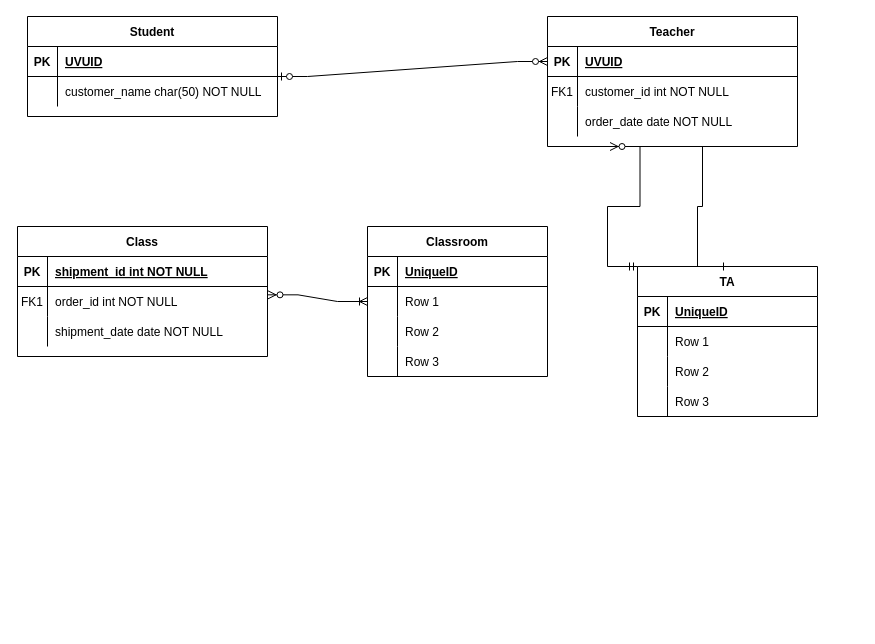
Above: Untitled Diagram.drawio in redbrev336/redbrev336 (draw.io), before the change. Source tidied: cells renumbered, new cells numbered last; positions are measured from the earlier drawing's top-left corner, leaving out a move shared by most shapes. Both pictures are drawn from the tidied source at 100%, with x=0, y=0 at pixel (17, 16).
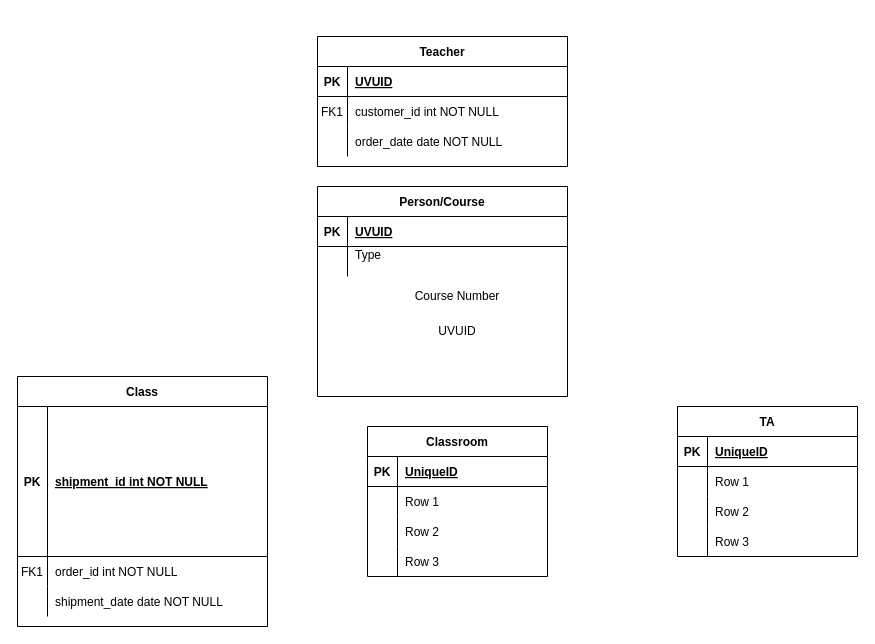
After the change.

Unchanged cells that the change refers to:
```xml
<mxCell id="3" style="shape=partialRectangle;fillColor=none;points=[[0,0.5],[1,0.5]];portConstraint=eastwest;top=0;left=0;right=0;bottom=1;" parent="2" vertex="1">
  <mxGeometry y="30" width="250" height="30" as="geometry" />
</mxCell>
<mxCell id="26" style="shape=partialRectangle;fillColor=none;top=0;left=0;right=0;bottom=0;" parent="22" vertex="1">
  <mxGeometry y="60" width="250" height="30" as="geometry" />
</mxCell>
<mxCell id="46" style="shape=tableRow;horizontal=0;startSize=0;swimlaneHead=0;swimlaneBody=0;fillColor=none;points=[[0,0.5],[1,0.5]];portConstraint=eastwest;top=0;left=0;right=0;bottom=0;" parent="42" vertex="1">
  <mxGeometry y="60" width="180" height="30" as="geometry" />
</mxCell>
```

Diff of the diagram source:
```diff
@@
     <mxCell id="2" value="Teacher" style="shape=table;startSize=30;childLayout=tableLayout;rowLines=0;fontStyle=1;align=center;" parent="1" vertex="1">
-      <mxGeometry x="530" width="250" height="130" as="geometry" />
+      <mxGeometry x="300" y="20" width="250" height="130" as="geometry" />
     </mxCell>
@@
     <mxCell id="12" value="Class" style="shape=table;startSize=30;childLayout=tableLayout;rowLines=0;fontStyle=1;align=center;" parent="1" vertex="1">
-      <mxGeometry y="210" width="250" height="130" as="geometry" />
+      <mxGeometry y="360" width="250" height="250" as="geometry" />
     </mxCell>
     <mxCell id="13" style="shape=partialRectangle;fillColor=none;top=0;left=0;right=0;bottom=1;" parent="12" vertex="1">
-      <mxGeometry y="30" width="250" height="30" as="geometry" />
+      <mxGeometry y="30" width="250" height="150" as="geometry" />
     </mxCell>
     <mxCell id="14" value="PK" style="shape=partialRectangle;overflow=hidden;fillColor=none;top=0;left=0;bottom=0;right=0;fontStyle=1;" parent="13" vertex="1">
-      <mxGeometry width="30" height="30" as="geometry" />
+      <mxGeometry width="30" height="150" as="geometry" />
     </mxCell>
     <mxCell id="15" value="shipment_id int NOT NULL " style="shape=partialRectangle;overflow=hidden;fillColor=none;top=0;left=0;bottom=0;right=0;align=left;spacingLeft=6;fontStyle=5;" parent="13" vertex="1">
-      <mxGeometry x="30" width="220" height="30" as="geometry" />
+      <mxGeometry x="30" width="220" height="150" as="geometry" />
     </mxCell>
     <mxCell id="16" style="shape=partialRectangle;fillColor=none;points=[[0,0.5],[1,0.5]];portConstraint=eastwest;top=0;left=0;right=0;bottom=0;" parent="12" vertex="1">
-      <mxGeometry y="60" width="250" height="30" as="geometry" />
+      <mxGeometry y="180" width="250" height="30" as="geometry" />
     </mxCell>
@@
     <mxCell id="19" style="shape=partialRectangle;fillColor=none;top=0;left=0;right=0;bottom=0;" parent="12" vertex="1">
-      <mxGeometry y="90" width="250" height="30" as="geometry" />
+      <mxGeometry y="210" width="250" height="30" as="geometry" />
     </mxCell>
@@
-    <mxCell id="22" value="Student" style="shape=table;startSize=30;childLayout=tableLayout;rowLines=0;fontStyle=1;align=center;" parent="1" vertex="1">
-      <mxGeometry x="10" width="250" height="100" as="geometry" />
+    <mxCell id="22" value="Person/Course" style="shape=table;startSize=30;childLayout=tableLayout;rowLines=0;fontStyle=1;align=center;" parent="1" vertex="1">
+      <mxGeometry x="300" y="170" width="250" height="210" as="geometry" />
     </mxCell>
@@
-    <mxCell id="28" value="customer_name char(50) NOT NULL" style="shape=partialRectangle;overflow=hidden;fillColor=none;top=0;left=0;bottom=0;right=0;align=left;spacingLeft=6;" parent="26" vertex="1">
+    <mxCell id="28" value="Type&#10;" style="shape=partialRectangle;overflow=hidden;fillColor=none;top=0;left=0;bottom=0;right=0;align=left;spacingLeft=6;" parent="26" vertex="1">
       <mxGeometry x="30" width="220" height="30" as="geometry" />
     </mxCell>
     <mxCell id="29" value="TA" style="shape=table;startSize=30;childLayout=tableLayout;rowLines=0;fontStyle=1;align=center;" parent="1" vertex="1">
-      <mxGeometry x="620" y="250" width="180" height="150" as="geometry" />
+      <mxGeometry x="660" y="390" width="180" height="150" as="geometry" />
     </mxCell>
@@
     <mxCell id="42" value="Classroom" style="shape=table;startSize=30;childLayout=tableLayout;rowLines=0;fontStyle=1;align=center;" parent="1" vertex="1">
-      <mxGeometry x="350" y="210" width="180" height="150" as="geometry" />
+      <mxGeometry x="350" y="410" width="180" height="150" as="geometry" />
     </mxCell>
@@
-    <mxCell id="55" style="edgeStyle=entityRelationEdgeStyle;fontSize=12;html=1;endArrow=ERzeroToMany;startArrow=ERzeroToOne;rounded=0;entryX=0;entryY=0.5;entryDx=0;entryDy=0;" parent="1" edge="1" target="3">
-      <mxGeometry relative="1" as="geometry">
-        <mxPoint x="260" y="60" as="sourcePoint" />
-      </mxGeometry>
-    </mxCell>
-    <mxCell id="56" style="edgeStyle=entityRelationEdgeStyle;fontSize=12;html=1;endArrow=ERone;endFill=1;rounded=0;exitX=0.5;exitY=1;exitDx=0;exitDy=0;entryX=0.5;entryY=0;entryDx=0;entryDy=0;" parent="1" edge="1" source="2" target="29">
-      <mxGeometry relative="1" as="geometry" />
-    </mxCell>
-    <mxCell id="57" style="edgeStyle=entityRelationEdgeStyle;fontSize=12;html=1;endArrow=ERzeroToMany;startArrow=ERmandOne;rounded=0;entryX=0.25;entryY=1;entryDx=0;entryDy=0;exitX=0;exitY=0;exitDx=0;exitDy=0;" parent="1" edge="1" source="29" target="2">
-      <mxGeometry relative="1" as="geometry" />
-    </mxCell>
-    <mxCell id="58" style="edgeStyle=entityRelationEdgeStyle;fontSize=12;html=1;endArrow=ERoneToMany;startArrow=ERzeroToMany;rounded=0;exitX=1.002;exitY=0.278;exitDx=0;exitDy=0;exitPerimeter=0;entryX=0;entryY=0.5;entryDx=0;entryDy=0;" parent="1" edge="1" source="16" target="46">
-      <mxGeometry relative="1" as="geometry" />
-    </mxCell>
+    <mxCell id="59" value="Course Number" style="text;html=1;strokeColor=none;fillColor=none;align=center;verticalAlign=middle;whiteSpace=wrap;rounded=0;" parent="1" vertex="1">
+      <mxGeometry x="330" y="260" width="220" height="40" as="geometry" />
+    </mxCell>
+    <mxCell id="60" value="UVUID" style="text;html=1;strokeColor=none;fillColor=none;align=center;verticalAlign=middle;whiteSpace=wrap;rounded=0;" parent="1" vertex="1">
+      <mxGeometry x="330" y="300" width="220" height="30" as="geometry" />
+    </mxCell>
```
